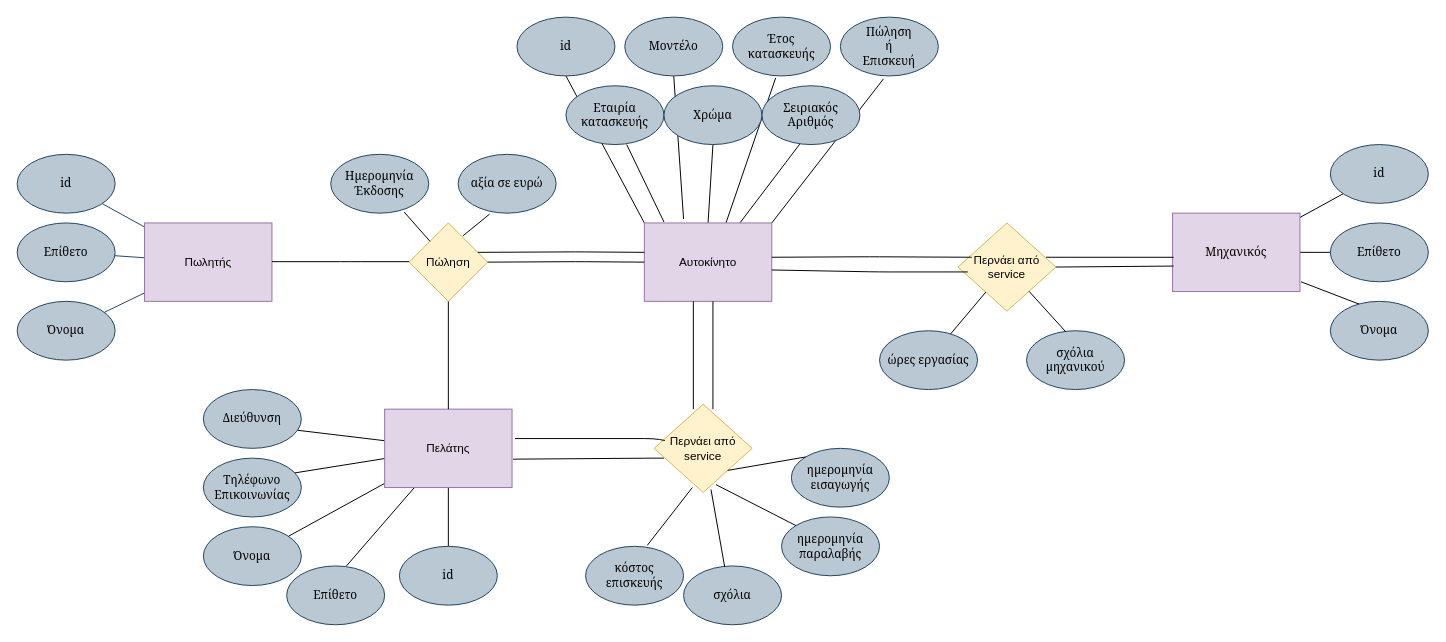
mariapaikou/CarDealership- keeps this draw.io diagram as Untitled Diagram.drawio. Above is the earlier version. Source tidied: cells renumbered, new cells numbered last; positions are measured from the earlier drawing's top-left corner, leaving out a move shared by most shapes. Both pictures are drawn from the tidied source at 98%, with x=0, y=0 at pixel (17, 17).
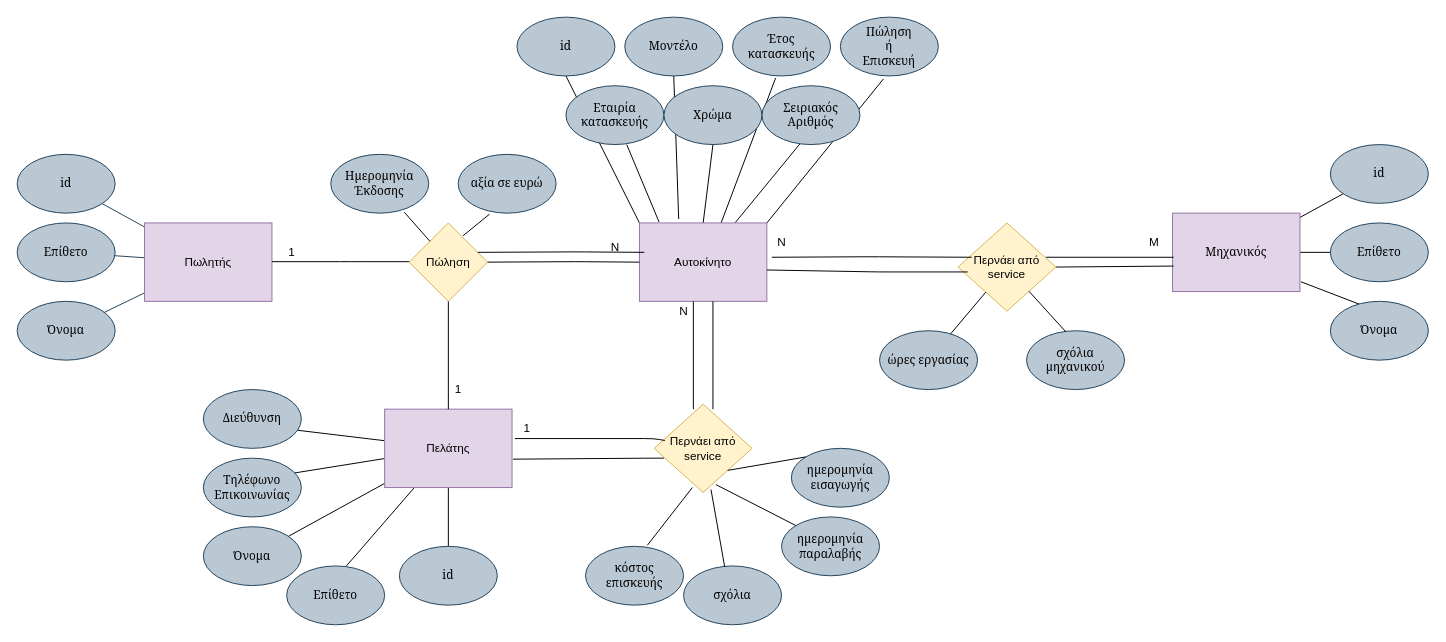
The same page after the edit.

Commit message:
προσθηκη τυπων σχεσεψν

What changed in the source:
```diff
@@
     <mxCell id="23" value="&lt;div&gt;Αυτοκίνητο&lt;/div&gt;" style="rounded=0;whiteSpace=wrap;html=1;fillColor=#e1d5e7;strokeColor=#9673a6;" parent="1" vertex="1">
-      <mxGeometry x="640" y="210" width="130" height="80" as="geometry" />
+      <mxGeometry x="635" y="210" width="130" height="80" as="geometry" />
     </mxCell>
@@
+    <mxCell id="73" value="1" style="text;html=1;align=center;verticalAlign=middle;strokeColor=none;fillColor=none;" parent="1" vertex="1">
+      <mxGeometry x="265" y="225" width="30" height="30" as="geometry" />
+    </mxCell>
+    <mxCell id="74" value="N" style="text;html=1;align=center;verticalAlign=middle;strokeColor=none;fillColor=none;" parent="1" vertex="1">
+      <mxGeometry x="595" y="220" width="30" height="30" as="geometry" />
+    </mxCell>
+    <mxCell id="75" value="1" style="text;html=1;align=center;verticalAlign=middle;strokeColor=none;fillColor=none;" parent="1" vertex="1">
+      <mxGeometry x="435" y="365" width="30" height="30" as="geometry" />
+    </mxCell>
+    <mxCell id="76" value="N" style="text;html=1;align=center;verticalAlign=middle;strokeColor=none;fillColor=none;" parent="1" vertex="1">
+      <mxGeometry x="765" y="215" width="30" height="30" as="geometry" />
+    </mxCell>
+    <mxCell id="77" value="M" style="text;html=1;align=center;verticalAlign=middle;strokeColor=none;fillColor=none;" parent="1" vertex="1">
+      <mxGeometry x="1145" y="215" width="30" height="30" as="geometry" />
+    </mxCell>
+    <mxCell id="78" value="1" style="text;html=1;align=center;verticalAlign=middle;strokeColor=none;fillColor=none;" parent="1" vertex="1">
+      <mxGeometry x="505" y="405" width="30" height="30" as="geometry" />
+    </mxCell>
+    <mxCell id="79" value="N" style="text;html=1;align=center;verticalAlign=middle;strokeColor=none;fillColor=none;" parent="1" vertex="1">
+      <mxGeometry x="665" y="285" width="30" height="30" as="geometry" />
+    </mxCell>
```
